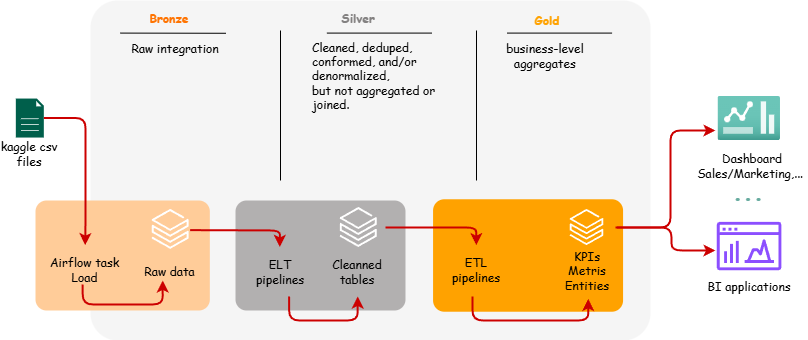
Before: assets/images/3layer.png, a diagram exported from draw.io (hieunghuu/DW-DSS). Source tidied: cells renumbered, new cells last; positions are measured from the earlier drawing's top-left corner, leaving out a move shared by most shapes.
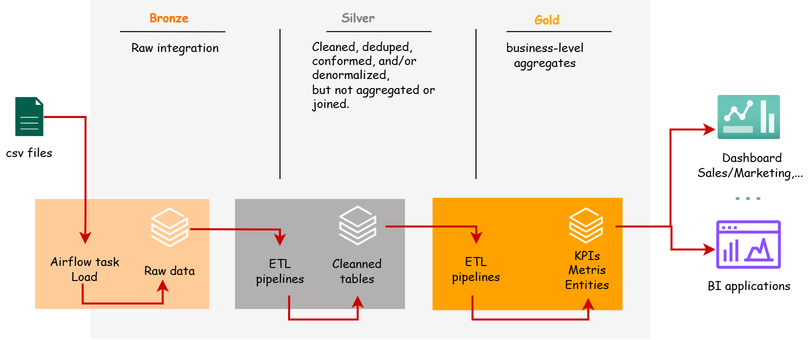
Later version of the same file.

What changed in the source:
```diff
@@ -2,7 +2,7 @@
   <root>
     <mxCell id="0" />
     <mxCell id="1" parent="0" />
-    <mxCell id="2" style="rounded=1;whiteSpace=wrap;html=1;strokeColor=none;align=center;verticalAlign=middle;arcSize=8;fontFamily=Tahoma;fontSize=12;fontColor=#333333;fillColor=#f5f5f5;" parent="1" vertex="1">
+    <mxCell id="2" style="rounded=1;whiteSpace=wrap;html=1;strokeColor=none;align=center;verticalAlign=middle;arcSize=0;fontFamily=Tahoma;fontSize=12;fontColor=#333333;fillColor=#f5f5f5;" parent="1" vertex="1">
       <mxGeometry x="91" width="560" height="340" as="geometry" />
     </mxCell>
     <mxCell id="3" value="&lt;b&gt;Bronze&lt;/b&gt;" style="text;html=1;whiteSpace=wrap;strokeColor=none;fillColor=none;align=center;verticalAlign=middle;rounded=0;fontFamily=Comic Sans MS;fontColor=light-dark(#ff7300, #ededed);" parent="1" vertex="1">
@@ -35,10 +35,10 @@
         <mxPoint x="477" y="30" as="targetPoint" />
       </mxGeometry>
     </mxCell>
-    <mxCell id="11" style="rounded=1;whiteSpace=wrap;html=1;strokeColor=none;align=center;verticalAlign=middle;arcSize=10;fontFamily=Tahoma;fontSize=12;fillColor=#ffcc99;dashed=1;dashPattern=8 8;" parent="1" vertex="1">
+    <mxCell id="11" style="rounded=1;whiteSpace=wrap;html=1;strokeColor=none;align=center;verticalAlign=middle;arcSize=0;fontFamily=Tahoma;fontSize=12;fillColor=#ffcc99;dashed=1;dashPattern=8 8;" parent="1" vertex="1">
       <mxGeometry x="36" y="200" width="174.3" height="110" as="geometry" />
     </mxCell>
-    <mxCell id="12" value="kaggle csv files" style="text;html=1;whiteSpace=wrap;strokeColor=none;fillColor=none;align=center;verticalAlign=middle;rounded=0;fontFamily=Comic Sans MS;fontSize=12;fontColor=light-dark(#000000, #121212);" parent="1" vertex="1">
+    <mxCell id="12" value="csv files" style="text;html=1;whiteSpace=wrap;strokeColor=none;fillColor=none;align=center;verticalAlign=middle;rounded=0;fontFamily=Comic Sans MS;fontSize=12;fontColor=light-dark(#000000, #121212);" parent="1" vertex="1">
       <mxGeometry x="0.3" y="138.5" width="60" height="30" as="geometry" />
     </mxCell>
     <mxCell id="13" style="sketch=0;shadow=0;dashed=0;html=1;strokeColor=none;fillColor=#005F4B;labelPosition=center;verticalLabelPosition=bottom;verticalAlign=top;align=center;outlineConnect=0;shape=mxgraph.veeam2.file;rounded=1;arcSize=20;fontFamily=Tahoma;fontSize=12;fontColor=default;" parent="1" vertex="1">
@@ -47,16 +47,16 @@
     <mxCell id="14" value="Airflow task&lt;div&gt;Load&lt;/div&gt;" style="text;html=1;whiteSpace=wrap;strokeColor=none;fillColor=none;align=center;verticalAlign=middle;rounded=0;fontFamily=Comic Sans MS;fontSize=12;fontColor=light-dark(#000000, #121212);" parent="1" vertex="1">
       <mxGeometry x="36" y="244.6" width="99.3" height="49.5" as="geometry" />
     </mxCell>
-    <mxCell id="15" style="rounded=1;whiteSpace=wrap;html=1;strokeColor=none;align=center;verticalAlign=middle;arcSize=10;fontFamily=Tahoma;fontSize=12;fillColor=light-dark(#B2B0B0,#5E3206);dashed=1;dashPattern=8 8;" parent="1" vertex="1">
+    <mxCell id="15" style="rounded=1;whiteSpace=wrap;html=1;strokeColor=none;align=center;verticalAlign=middle;arcSize=0;fontFamily=Tahoma;fontSize=12;fillColor=light-dark(#B2B0B0,#5E3206);dashed=1;dashPattern=8 8;" parent="1" vertex="1">
       <mxGeometry x="236" y="200" width="170" height="110" as="geometry" />
     </mxCell>
     <mxCell id="16" style="points=[];html=1;align=center;shadow=0;dashed=0;fillColor=light-dark(#ffffff, #e9690e);strokeColor=none;shape=mxgraph.alibaba_cloud.spark_data_insights;fontFamily=Comic Sans MS;" parent="1" vertex="1">
       <mxGeometry x="152.2" y="208.4" width="36.9" height="40" as="geometry" />
     </mxCell>
-    <mxCell id="17" value="ELT pipelines" style="text;html=1;whiteSpace=wrap;strokeColor=none;fillColor=none;align=center;verticalAlign=middle;rounded=0;fontFamily=Comic Sans MS;fontSize=12;fontColor=light-dark(#000000, #121212);" parent="1" vertex="1">
+    <mxCell id="17" value="ETL pipelines" style="text;html=1;whiteSpace=wrap;strokeColor=none;fillColor=none;align=center;verticalAlign=middle;rounded=0;fontFamily=Comic Sans MS;fontSize=12;fontColor=light-dark(#000000, #121212);" parent="1" vertex="1">
       <mxGeometry x="249.6" y="246.5" width="61.5" height="49.5" as="geometry" />
     </mxCell>
-    <mxCell id="18" style="rounded=1;whiteSpace=wrap;html=1;strokeColor=none;align=center;verticalAlign=middle;arcSize=10;fontFamily=Tahoma;fontSize=12;fillColor=light-dark(#ffa200, #5e3206);dashed=1;dashPattern=8 8;" parent="1" vertex="1">
+    <mxCell id="18" style="rounded=1;whiteSpace=wrap;html=1;strokeColor=none;align=center;verticalAlign=middle;arcSize=0;fontFamily=Tahoma;fontSize=12;fillColor=light-dark(#ffa200, #5e3206);dashed=1;dashPattern=8 8;" parent="1" vertex="1">
       <mxGeometry x="433.6" y="198.8" width="190" height="112.5" as="geometry" />
     </mxCell>
     <mxCell id="19" style="html=1;align=center;shadow=0;dashed=0;fillColor=light-dark(#ffffff, #e9690e);strokeColor=none;shape=mxgraph.alibaba_cloud.spark_data_insights;fontFamily=Comic Sans MS;" parent="1" vertex="1">
@@ -65,7 +65,7 @@
     <mxCell id="20" value="Cleanned tables" style="text;html=1;whiteSpace=wrap;strokeColor=none;fillColor=none;align=center;verticalAlign=middle;rounded=0;fontFamily=Comic Sans MS;fontSize=12;fontColor=light-dark(#000000, #121212);" parent="1" vertex="1">
       <mxGeometry x="327.4" y="246.5" width="61.5" height="49.5" as="geometry" />
     </mxCell>
-    <mxCell id="21" style="edgeStyle=orthogonalEdgeStyle;rounded=1;jettySize=auto;html=1;fontFamily=Comic Sans MS;fontSize=12;fontColor=default;entryX=0.5;entryY=1;entryDx=0;entryDy=0;curved=0;exitX=0.65;exitY=1;exitDx=0;exitDy=0;exitPerimeter=0;strokeColor=#CC0000;strokeWidth=2;" parent="1" edge="1" source="17" target="20">
+    <mxCell id="21" style="edgeStyle=orthogonalEdgeStyle;rounded=0;jettySize=auto;html=1;fontFamily=Comic Sans MS;fontSize=12;fontColor=default;entryX=0.5;entryY=1;entryDx=0;entryDy=0;curved=0;exitX=0.65;exitY=1;exitDx=0;exitDy=0;exitPerimeter=0;strokeColor=#CC0000;strokeWidth=2;" parent="1" edge="1" source="17" target="20">
       <mxGeometry relative="1" as="geometry">
         <Array as="points">
           <mxPoint x="290" y="320" />
@@ -73,7 +73,7 @@
         </Array>
       </mxGeometry>
     </mxCell>
-    <mxCell id="22" style="edgeStyle=orthogonalEdgeStyle;rounded=1;jettySize=auto;html=1;fontFamily=Comic Sans MS;fontSize=12;fontColor=default;curved=0;entryX=0.5;entryY=0;entryDx=0;entryDy=0;strokeColor=#CC0000;strokeWidth=2;exitX=1.041;exitY=0.533;exitDx=0;exitDy=0;exitPerimeter=0;" parent="1" edge="1" source="16" target="17">
+    <mxCell id="22" style="edgeStyle=orthogonalEdgeStyle;rounded=0;jettySize=auto;html=1;fontFamily=Comic Sans MS;fontSize=12;fontColor=default;curved=0;entryX=0.5;entryY=0;entryDx=0;entryDy=0;strokeColor=#CC0000;strokeWidth=2;exitX=1.041;exitY=0.533;exitDx=0;exitDy=0;exitPerimeter=0;" parent="1" edge="1" source="16" target="17">
       <mxGeometry relative="1" as="geometry">
         <Array as="points">
           <mxPoint x="206" y="230" />
@@ -87,7 +87,7 @@
     <mxCell id="24" value="ETL pipelines" style="text;html=1;whiteSpace=wrap;strokeColor=none;fillColor=none;align=center;verticalAlign=middle;rounded=0;fontFamily=Comic Sans MS;fontSize=12;fontColor=light-dark(#000000, #121212);" parent="1" vertex="1">
       <mxGeometry x="446" y="244.6" width="61.5" height="49.5" as="geometry" />
     </mxCell>
-    <mxCell id="25" style="endArrow=classic;html=1;rounded=1;fontFamily=Tahoma;fontSize=12;fontColor=default;strokeColor=#CC0000;strokeWidth=2;exitX=0.438;exitY=1.036;exitDx=0;exitDy=0;exitPerimeter=0;entryX=0.528;entryY=1.048;entryDx=0;entryDy=0;entryPerimeter=0;edgeStyle=orthogonalEdgeStyle;" parent="1" edge="1" source="24" target="26">
+    <mxCell id="25" style="endArrow=classic;html=1;rounded=0;fontFamily=Tahoma;fontSize=12;fontColor=default;strokeColor=#CC0000;strokeWidth=2;exitX=0.438;exitY=1.036;exitDx=0;exitDy=0;exitPerimeter=0;entryX=0.528;entryY=1.048;entryDx=0;entryDy=0;entryPerimeter=0;edgeStyle=orthogonalEdgeStyle;curved=0;" parent="1" edge="1" source="24" target="26">
       <mxGeometry relative="1" as="geometry">
         <Array as="points">
           <mxPoint x="473" y="320" />
@@ -98,7 +98,7 @@
     <mxCell id="26" value="KPIs&lt;div&gt;Metris&lt;/div&gt;&lt;div style=&quot;text-align: left;&quot;&gt;Entities&lt;/div&gt;" style="text;html=1;whiteSpace=wrap;strokeColor=none;fillColor=none;align=center;verticalAlign=middle;rounded=0;fontFamily=Comic Sans MS;fontSize=12;fontColor=light-dark(#000000, #121212);spacing=5;spacingTop=2;spacingLeft=2;spacingBottom=4;" parent="1" vertex="1">
       <mxGeometry x="556.2" y="246.5" width="61.5" height="49.5" as="geometry" />
     </mxCell>
-    <mxCell id="27" style="endArrow=classic;html=1;rounded=1;fontFamily=Tahoma;fontSize=12;fontColor=default;entryX=0.5;entryY=0;entryDx=0;entryDy=0;edgeStyle=orthogonalEdgeStyle;curved=0;strokeColor=#CC0000;strokeWidth=2;" parent="1" edge="1" target="24">
+    <mxCell id="27" style="endArrow=classic;html=1;rounded=0;fontFamily=Tahoma;fontSize=12;fontColor=default;entryX=0.5;entryY=0;entryDx=0;entryDy=0;edgeStyle=orthogonalEdgeStyle;curved=0;strokeColor=#CC0000;strokeWidth=2;" parent="1" edge="1" target="24">
       <mxGeometry relative="1" as="geometry">
         <mxPoint x="386" y="227" as="sourcePoint" />
       </mxGeometry>
@@ -121,7 +121,7 @@
         <mxPoint x="612.5" y="32.6" as="targetPoint" />
       </mxGeometry>
     </mxCell>
-    <mxCell id="32" style="endArrow=classic;html=1;rounded=1;fontFamily=Tahoma;fontSize=12;fontColor=default;edgeStyle=orthogonalEdgeStyle;curved=0;strokeColor=#CC0000;strokeWidth=2;" parent="1" edge="1">
+    <mxCell id="32" style="endArrow=classic;html=1;rounded=0;fontFamily=Tahoma;fontSize=12;fontColor=default;edgeStyle=orthogonalEdgeStyle;curved=0;strokeColor=#CC0000;strokeWidth=2;" parent="1" edge="1">
       <mxGeometry relative="1" as="geometry">
         <mxPoint x="616" y="227" as="sourcePoint" />
         <mxPoint x="716" y="130" as="targetPoint" />
@@ -131,7 +131,7 @@
         </Array>
       </mxGeometry>
     </mxCell>
-    <mxCell id="33" style="edgeStyle=orthogonalEdgeStyle;rounded=1;jettySize=auto;html=1;fontFamily=Comic Sans MS;fontSize=12;fontColor=default;curved=0;strokeColor=#CC0000;strokeWidth=2;entryX=0.5;entryY=0;entryDx=0;entryDy=0;" parent="1" edge="1" source="13" target="14">
+    <mxCell id="33" style="edgeStyle=orthogonalEdgeStyle;rounded=0;jettySize=auto;html=1;fontFamily=Comic Sans MS;fontSize=12;fontColor=default;curved=0;strokeColor=#CC0000;strokeWidth=2;entryX=0.5;entryY=0;entryDx=0;entryDy=0;" parent="1" edge="1" source="13" target="14">
       <mxGeometry relative="1" as="geometry">
         <Array as="points">
           <mxPoint x="86" y="117" />
@@ -139,7 +139,7 @@
         </Array>
       </mxGeometry>
     </mxCell>
-    <mxCell id="34" style="edgeStyle=orthogonalEdgeStyle;rounded=1;orthogonalLoop=1;jettySize=auto;html=1;fontFamily=Comic Sans MS;fontSize=12;fontColor=default;curved=0;strokeColor=#CC0000;strokeWidth=2;" parent="1" edge="1">
+    <mxCell id="34" style="edgeStyle=orthogonalEdgeStyle;rounded=0;orthogonalLoop=1;jettySize=auto;html=1;fontFamily=Comic Sans MS;fontSize=12;fontColor=default;curved=0;strokeColor=#CC0000;strokeWidth=2;" parent="1" edge="1">
       <mxGeometry relative="1" as="geometry">
         <mxPoint x="83.2" y="284" as="sourcePoint" />
         <mxPoint x="163.2" y="280" as="targetPoint" />
@@ -158,7 +158,7 @@
     <mxCell id="37" style="sketch=0;fontColor=#232F3E;gradientColor=none;fillColor=#8C4FFF;strokeColor=none;dashed=0;verticalLabelPosition=bottom;verticalAlign=top;align=center;html=1;fontSize=12;fontStyle=0;shape=mxgraph.aws4.opensearch_dashboards;" parent="1" vertex="1">
       <mxGeometry x="717.2" y="221.1" width="64.6" height="48.9" as="geometry" />
     </mxCell>
-    <mxCell id="38" style="endArrow=classic;html=1;rounded=1;fontFamily=Tahoma;fontSize=12;fontColor=default;edgeStyle=orthogonalEdgeStyle;curved=0;strokeColor=#CC0000;strokeWidth=2;" parent="1" edge="1">
+    <mxCell id="38" style="endArrow=classic;html=1;rounded=0;fontFamily=Tahoma;fontSize=12;fontColor=default;edgeStyle=orthogonalEdgeStyle;curved=0;strokeColor=#CC0000;strokeWidth=2;" parent="1" edge="1">
       <mxGeometry relative="1" as="geometry">
         <mxPoint x="617.5" y="227" as="sourcePoint" />
         <mxPoint x="716" y="250" as="targetPoint" />
```
